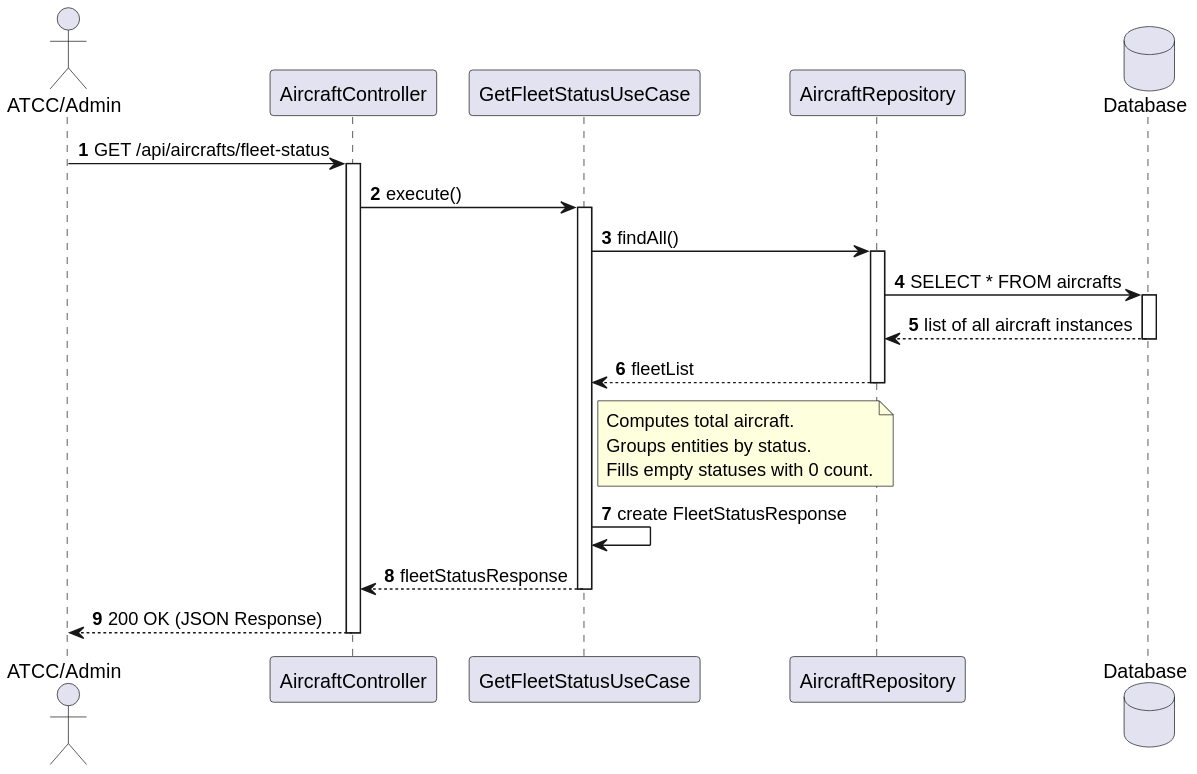
Earlier version of the PlantUML export docs/use-cases/WP#B/WP#1B/US205/svg/SD/sd_us205.svg (Martim690/PSOFT_2db_1240690_1241484_1230985_1240568). Its diagram source:
```plantuml
@startuml
autonumber
actor "ATCC/Admin" as ATCC
participant "AircraftController" as Ctrl
participant "GetFleetStatusUseCase" as UC
participant "AircraftRepository" as Repo
database "Database" as DB

ATCC -> Ctrl : GET /api/aircrafts/fleet-status
activate Ctrl

Ctrl -> UC : execute()
activate UC

UC -> Repo : findAll()
activate Repo

Repo -> DB : SELECT * FROM aircrafts
activate DB
DB --> Repo : list of all aircraft instances
deactivate DB

Repo --> UC : fleetList
deactivate Repo

note right of UC: Computes total aircraft.\nGroups entities by status.\nFills empty statuses with 0 count.

UC -> UC : create FleetStatusResponse

UC --> Ctrl : fleetStatusResponse
deactivate UC

Ctrl --> ATCC : 200 OK (JSON Response)
deactivate Ctrl
@enduml
```
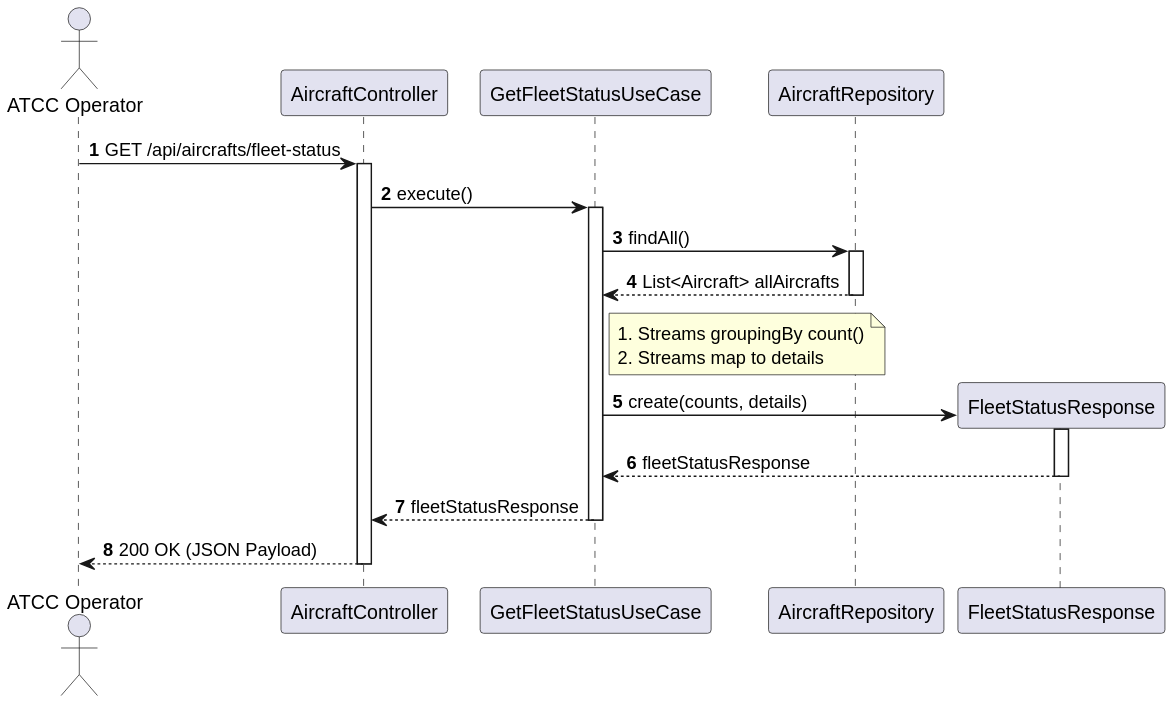
Later version of the same file.

The edit, as a diff of the source:
```diff
@@ -1,35 +1,34 @@
 @startuml
 autonumber
-actor "ATCC/Admin" as ATCC
-participant "AircraftController" as Ctrl
-participant "GetFleetStatusUseCase" as UC
+skinparam packageStyle rectangle
+
+actor "ATCC Operator" as ATCC
+participant "AircraftController" as Controller
+participant "GetFleetStatusUseCase" as UseCase
 participant "AircraftRepository" as Repo
-database "Database" as DB
+participant "FleetStatusResponse" as ResponseDTO
 
-ATCC -> Ctrl : GET /api/aircrafts/fleet-status
-activate Ctrl
+ATCC -> Controller: GET /api/aircrafts/fleet-status
+activate Controller
 
-Ctrl -> UC : execute()
-activate UC
+Controller -> UseCase: execute()
+activate UseCase
 
-UC -> Repo : findAll()
+UseCase -> Repo: findAll()
 activate Repo
-
-Repo -> DB : SELECT * FROM aircrafts
-activate DB
-DB --> Repo : list of all aircraft instances
-deactivate DB
-
-Repo --> UC : fleetList
+Repo --> UseCase: List<Aircraft> allAircrafts
 deactivate Repo
 
-note right of UC: Computes total aircraft.\nGroups entities by status.\nFills empty statuses with 0 count.
+note right of UseCase: 1. Streams groupingBy count()\n2. Streams map to details
 
-UC -> UC : create FleetStatusResponse
+UseCase -> ResponseDTO**: create(counts, details)
+activate ResponseDTO
+ResponseDTO --> UseCase: fleetStatusResponse
+deactivate ResponseDTO
 
-UC --> Ctrl : fleetStatusResponse
-deactivate UC
+UseCase --> Controller: fleetStatusResponse
+deactivate UseCase
 
-Ctrl --> ATCC : 200 OK (JSON Response)
-deactivate Ctrl
+Controller --> ATCC: 200 OK (JSON Payload)
+deactivate Controller
 @enduml
```
